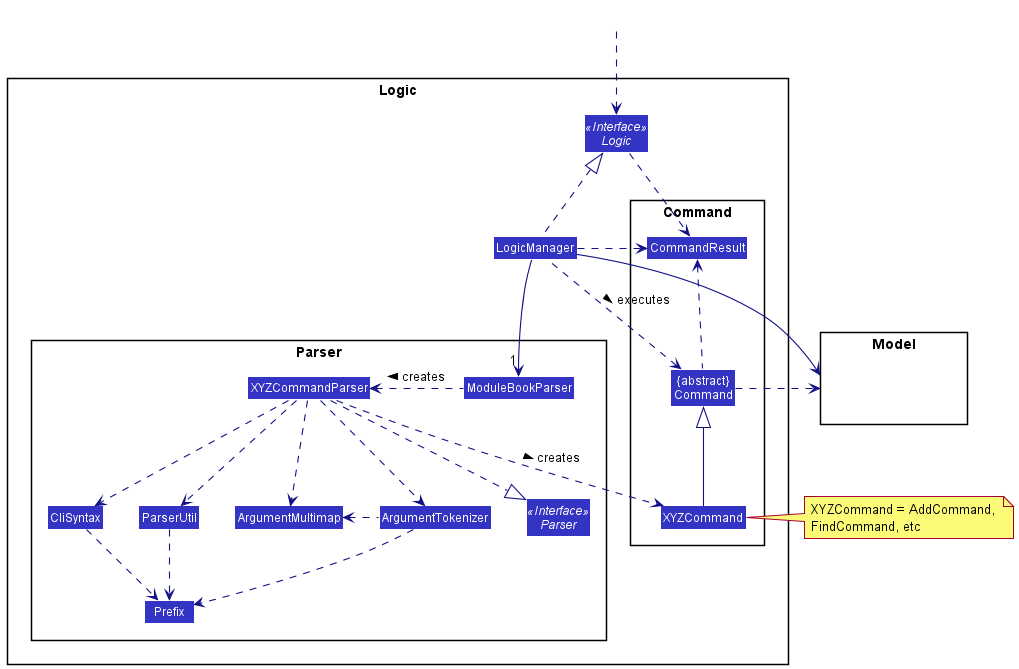
Earlier version of the PlantUML export docs/images/LogicClassDiagram.png (nus-cs2103-AY2021S2/tp).
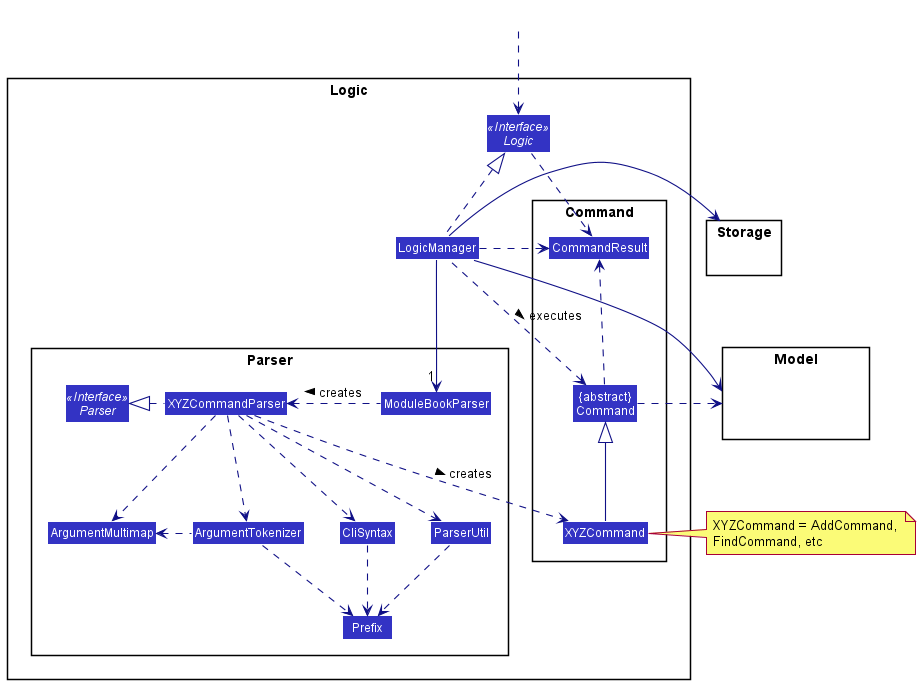
The same file after the commit.

Change to the diagram source:
```diff
@@ -31,6 +31,10 @@
 Class HiddenModel #FFFFFF
 }
 
+package Storage{
+Class HiddenModel #FFFFFF
+}
+
 Class HiddenOutside #FFFFFF
 HiddenOutside ..> Logic
 
@@ -39,7 +43,7 @@
 ModuleBookParser .left.> XYZCommandParser: creates >
 
 XYZCommandParser ..> XYZCommand : creates >
-XYZCommandParser ..|> Parser
+XYZCommandParser .left.|> Parser
 XYZCommandParser ..> ArgumentMultimap
 XYZCommandParser ..> ArgumentTokenizer
 ArgumentTokenizer .left.> ArgumentMultimap
@@ -52,6 +56,9 @@
 LogicManager .left.> Command : executes >
 
 LogicManager --> Model
+LogicManager --> Storage
+Storage --[hidden] Model
+Command .[hidden]up.> Storage
 Command .right.> Model
 note right of XYZCommand: XYZCommand = AddCommand, \nFindCommand, etc
 
```
